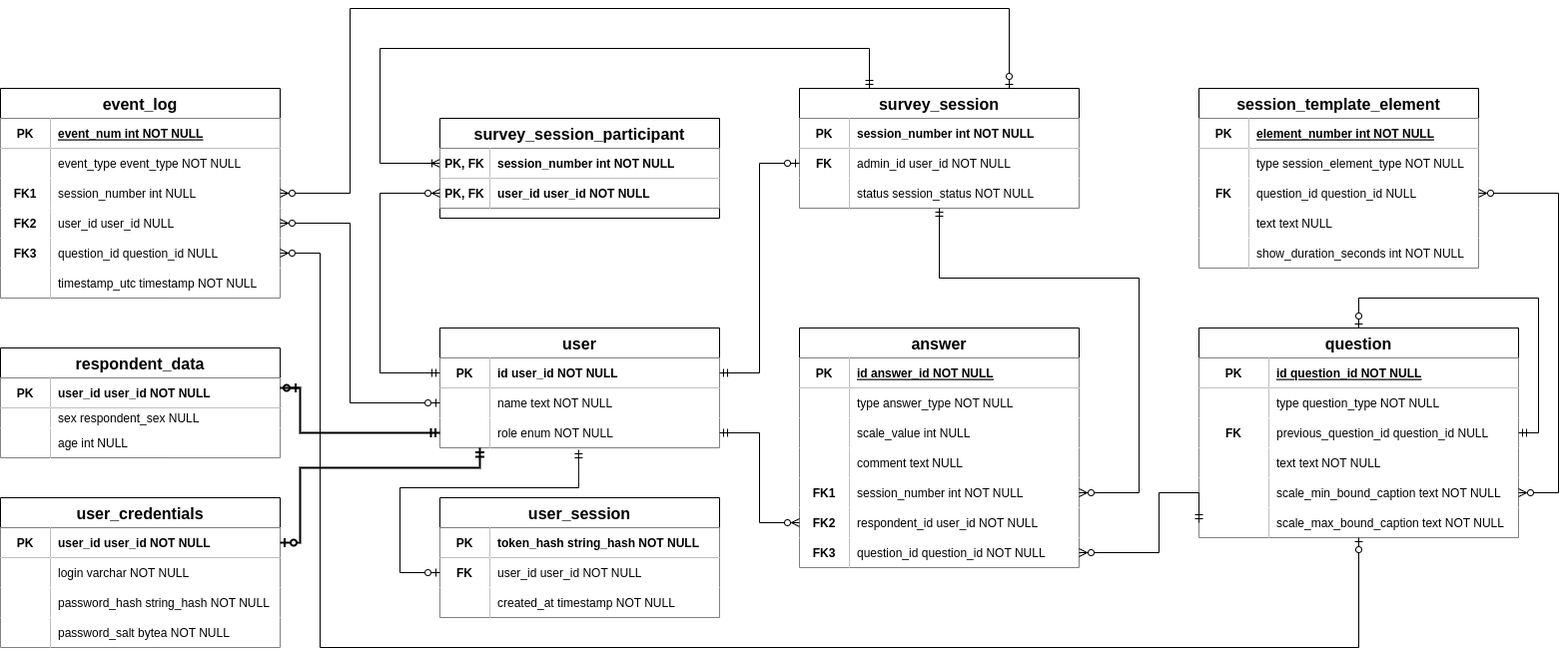
Above: documentation/db_diagram.png in MiaHeirondelle/japanese-food-survey-backend (draw.io), before the change. Source tidied: cells renumbered, new cells last; positions are measured from the earlier drawing's top-left corner, leaving out a move shared by most shapes.
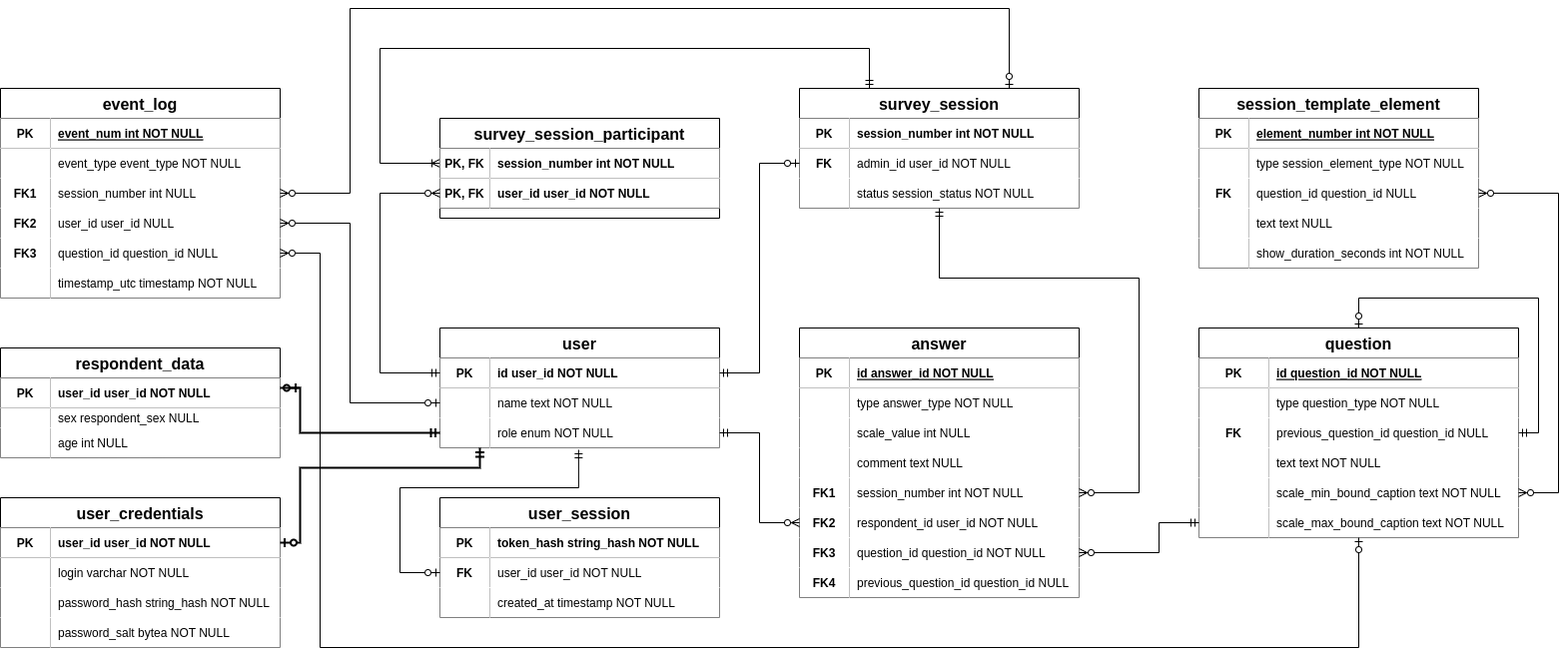
Above is the later version.

Diff of the diagram source:
```diff
@@ -168,7 +168,7 @@
       </mxGeometry>
     </mxCell>
     <mxCell id="51" value="answer" style="shape=table;startSize=30;rowLines=0;fontStyle=1;align=center;fontSize=16;" parent="1" vertex="1">
-      <mxGeometry x="800" y="320" width="280" height="240" as="geometry" />
+      <mxGeometry x="800" y="320" width="280" height="270" as="geometry" />
     </mxCell>
     <mxCell id="52" style="shape=partialRectangle;fillColor=none;top=0;left=0;right=0;bottom=1;" parent="51" vertex="1">
       <mxGeometry y="30" width="280" height="30" as="geometry" />
@@ -233,6 +233,15 @@
     <mxCell id="72" value="question_id question_id NOT NULL" style="shape=partialRectangle;overflow=hidden;fillColor=default;top=0;left=0;bottom=0;right=0;align=left;spacingLeft=6;" parent="70" vertex="1">
       <mxGeometry x="50" width="230" height="30" as="geometry" />
     </mxCell>
+    <mxCell id="155" style="shape=partialRectangle;fillColor=none;top=0;left=0;right=0;bottom=0;" parent="51" vertex="1">
+      <mxGeometry y="240" width="280" height="30" as="geometry" />
+    </mxCell>
+    <mxCell id="156" value="FK4" style="shape=partialRectangle;overflow=hidden;fillColor=default;top=0;left=0;bottom=0;right=0;fontStyle=1;" parent="155" vertex="1">
+      <mxGeometry width="50" height="30" as="geometry" />
+    </mxCell>
+    <mxCell id="157" value="previous_question_id question_id NULL" style="shape=partialRectangle;overflow=hidden;fillColor=default;top=0;left=0;bottom=0;right=0;align=left;spacingLeft=6;" parent="155" vertex="1">
+      <mxGeometry x="50" width="230" height="30" as="geometry" />
+    </mxCell>
     <mxCell id="73" style="edgeStyle=orthogonalEdgeStyle;endArrow=ERmandOne;startArrow=ERzeroToOne;endFill=0;startFill=0;rounded=0;exitX=0.5;exitY=0;exitDx=0;exitDy=0;entryX=1;entryY=0.5;entryDx=0;entryDy=0;" parent="51" edge="1" source="51" target="x">
       <mxGeometry relative="1" as="geometry">
         <Array as="points">
@@ -254,7 +263,7 @@
     <mxCell id="75" style="edgeStyle=orthogonalEdgeStyle;endArrow=ERzeroToMany;startArrow=ERmandOne;endFill=0;startFill=0;rounded=0;entryX=1;entryY=0.5;entryDx=0;entryDy=0;exitX=0;exitY=0.5;exitDx=0;exitDy=0;" parent="1" edge="1" source="47" target="70">
       <mxGeometry relative="1" as="geometry">
         <Array as="points">
-          <mxPoint x="1160" y="485" />
+          <mxPoint x="1160" y="515" />
           <mxPoint x="1160" y="545" />
         </Array>
       </mxGeometry>
```
